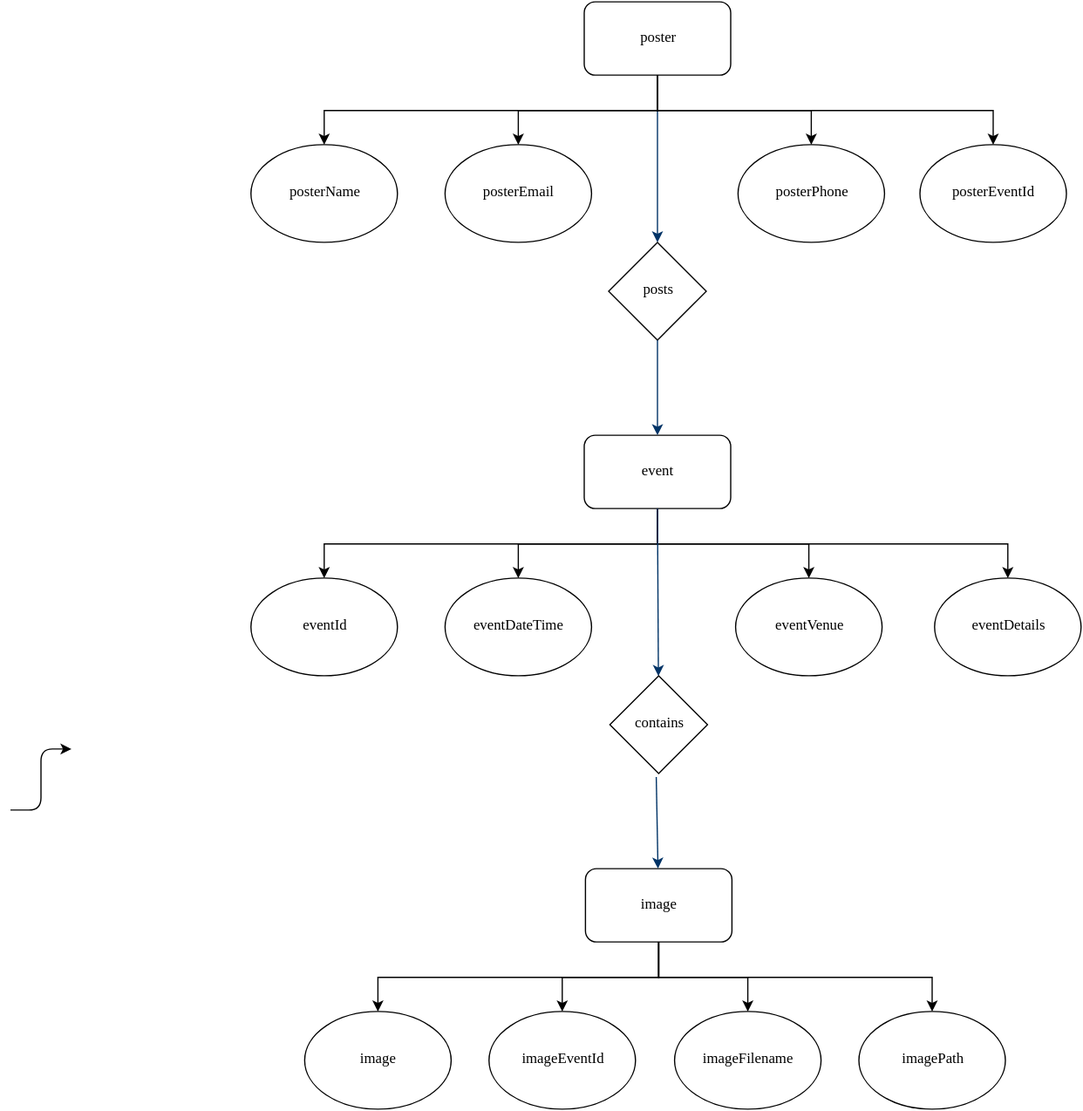
This is public_html/img/data-design-craigslist-events-erd.svg from gwells4/data-design-craigslist-events, a draw.io export, as it was before one commit. Source tidied: cells renumbered, new cells last; positions are measured from the earlier drawing's top-left corner, leaving out a move shared by most shapes.
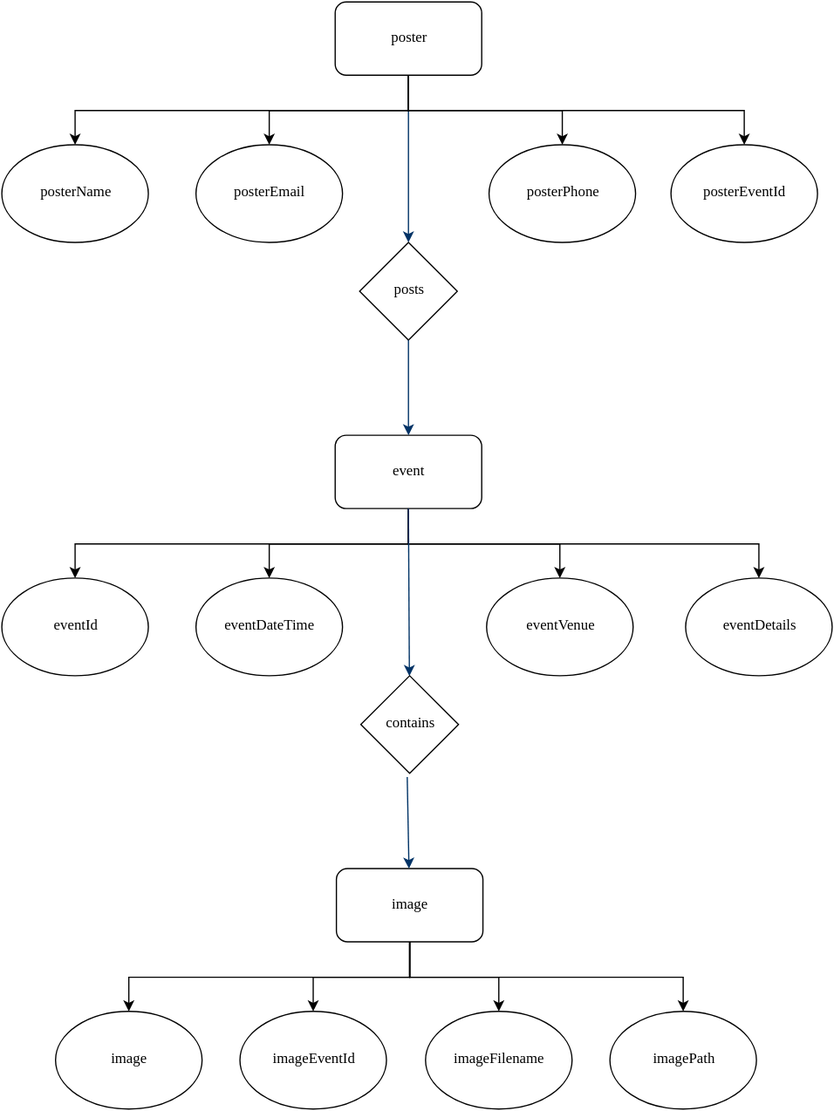
The same file after the commit.

Commit message:
Added the entity relationship diagram.

What changed in the source:
```diff
@@ -101,11 +101,5 @@
     <mxCell id="34" value="imagePath" style="ellipse;whiteSpace=wrap;html=1;fontFamily=Verdana;" parent="1" vertex="1">
       <mxGeometry x="695" y="827" width="120" height="80" as="geometry" />
     </mxCell>
-    <mxCell id="35" style="edgeStyle=elbowEdgeStyle;elbow=horizontal;endArrow=classic;html=1;fontFamily=Verdana;" parent="1" edge="1">
-      <mxGeometry relative="1" as="geometry">
-        <mxPoint y="662" as="sourcePoint" />
-        <mxPoint x="50" y="612" as="targetPoint" />
-      </mxGeometry>
-    </mxCell>
   </root>
 </mxGraphModel>
```
